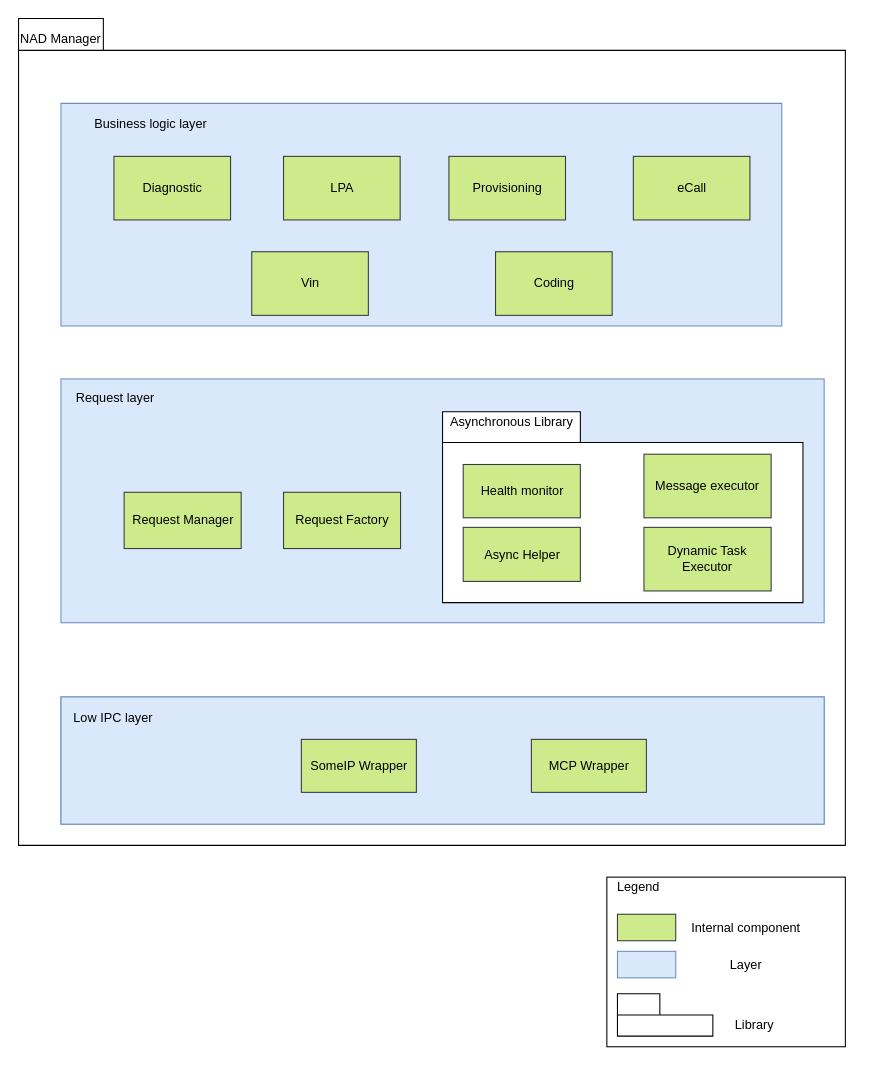
taikt/codefun keeps this draw.io diagram as page "static" (2 of 6) of doc/SA cert/Design/nadmanager.drawio. Above is the earlier version. Source tidied: cells renumbered, new cells numbered last; positions are measured from the earlier drawing's top-left corner, leaving out a move shared by most shapes. Both pictures are drawn from the tidied source at 106%, with x=0, y=0 at pixel (18, 18).
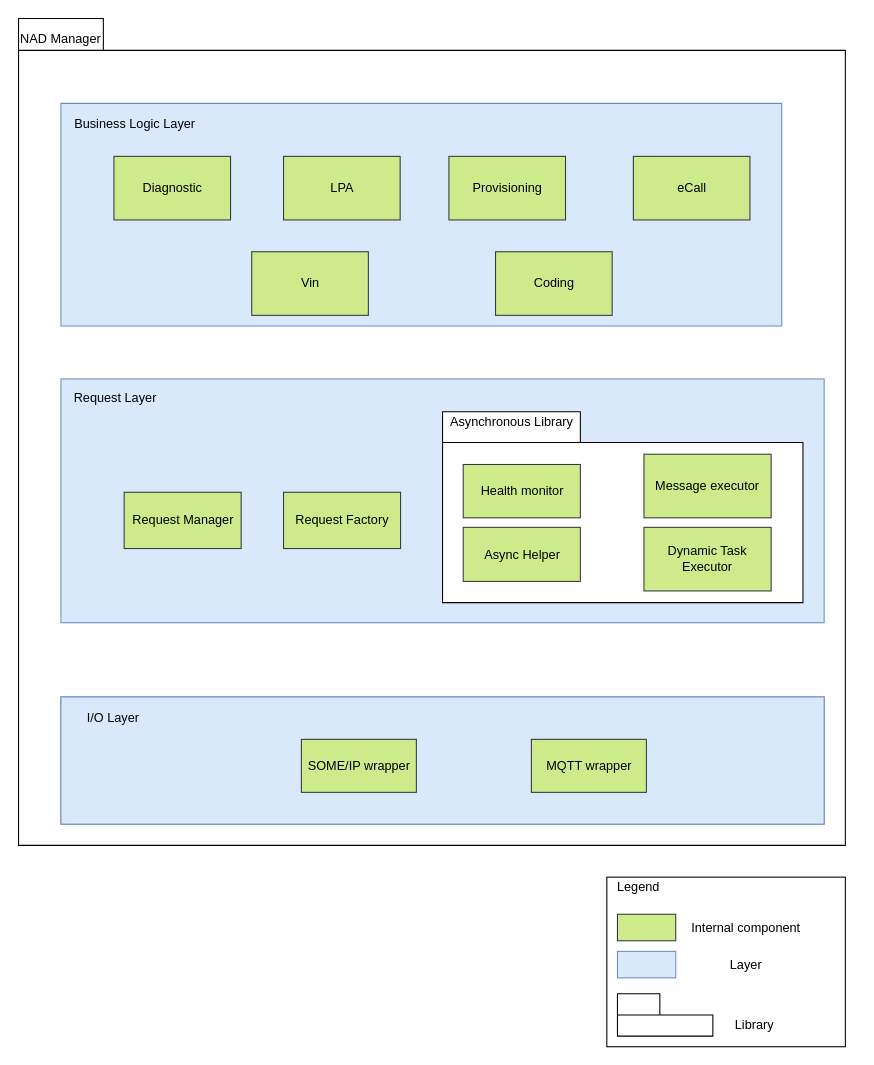
The same diagram, later.

Unchanged cells that the change refers to:
```xml
<mxCell id="12" style="group;fillColor=#dae8fc;strokeColor=#6c8ebf;" parent="1" vertex="1">
  <mxGeometry x="40" y="640" width="720" height="120" as="geometry" />
</mxCell>
```

Change to the diagram source:
```diff
@@
-    <mxCell id="11" value="Business logic layer" style="text;html=1;strokeColor=none;fillColor=none;align=center;verticalAlign=middle;whiteSpace=wrap;rounded=0;" parent="1" vertex="1">
-      <mxGeometry x="70" y="90" width="110" height="20" as="geometry" />
+    <mxCell id="11" value="Business Logic Layer" style="text;html=1;strokeColor=none;fillColor=none;align=center;verticalAlign=middle;whiteSpace=wrap;rounded=0;" parent="1" vertex="1">
+      <mxGeometry x="40" y="90" width="140" height="20" as="geometry" />
     </mxCell>
@@
-    <mxCell id="14" value="Low IPC layer" style="text;html=1;strokeColor=none;fillColor=none;align=center;verticalAlign=middle;whiteSpace=wrap;rounded=0;" parent="12" vertex="1">
+    <mxCell id="14" value="I/O Layer" style="text;html=1;strokeColor=none;fillColor=none;align=center;verticalAlign=middle;whiteSpace=wrap;rounded=0;" parent="12" vertex="1">
       <mxGeometry y="10" width="98.6" height="20" as="geometry" />
     </mxCell>
-    <mxCell id="15" value="SomeIP Wrapper" style="rounded=0;whiteSpace=wrap;html=1;fillColor=#cdeb8b;strokeColor=#36393d;" parent="12" vertex="1">
+    <mxCell id="15" value="SOME/IP wrapper" style="rounded=0;whiteSpace=wrap;html=1;fillColor=#cdeb8b;strokeColor=#36393d;" parent="12" vertex="1">
       <mxGeometry x="226.8" y="40" width="108.5" height="50" as="geometry" />
     </mxCell>
-    <mxCell id="16" value="MCP Wrapper" style="rounded=0;whiteSpace=wrap;html=1;fillColor=#cdeb8b;strokeColor=#36393d;" parent="12" vertex="1">
+    <mxCell id="16" value="MQTT wrapper" style="rounded=0;whiteSpace=wrap;html=1;fillColor=#cdeb8b;strokeColor=#36393d;" parent="12" vertex="1">
       <mxGeometry x="443.8" y="40" width="108.5" height="50" as="geometry" />
     </mxCell>
@@
-    <mxCell id="19" value="Request layer" style="text;html=1;strokeColor=none;fillColor=none;align=center;verticalAlign=middle;whiteSpace=wrap;rounded=0;" parent="1" vertex="1">
+    <mxCell id="19" value="Request Layer" style="text;html=1;strokeColor=none;fillColor=none;align=center;verticalAlign=middle;whiteSpace=wrap;rounded=0;" parent="1" vertex="1">
       <mxGeometry x="48.5" y="348.9" width="85.1" height="17.7" as="geometry" />
     </mxCell>
```
